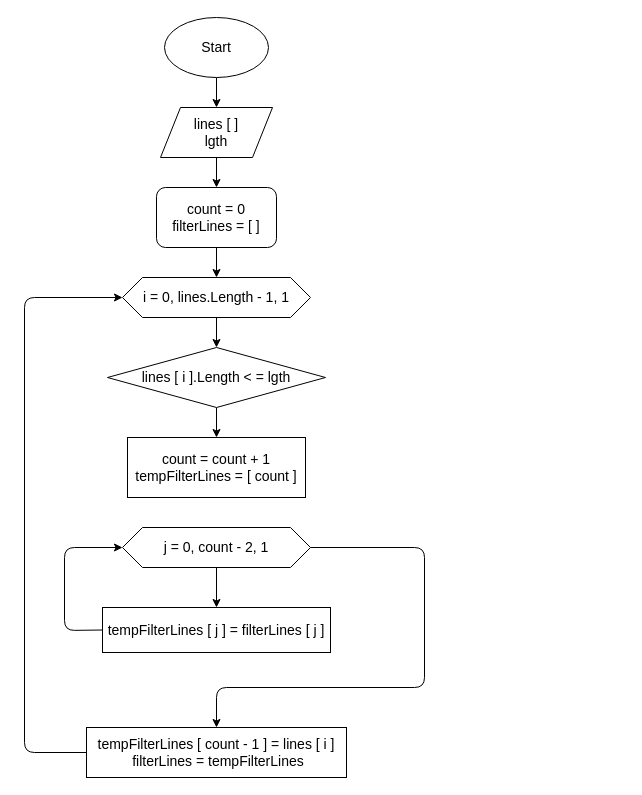
Before: Diagram.drawio in Owlkarn/final_test, a draw.io diagram. Source tidied: cells renumbered, new cells numbered last; positions are measured from the earlier drawing's top-left corner, leaving out a move shared by most shapes. Both pictures are drawn from the tidied source at 100%, with x=0, y=0 at pixel (24, 17).
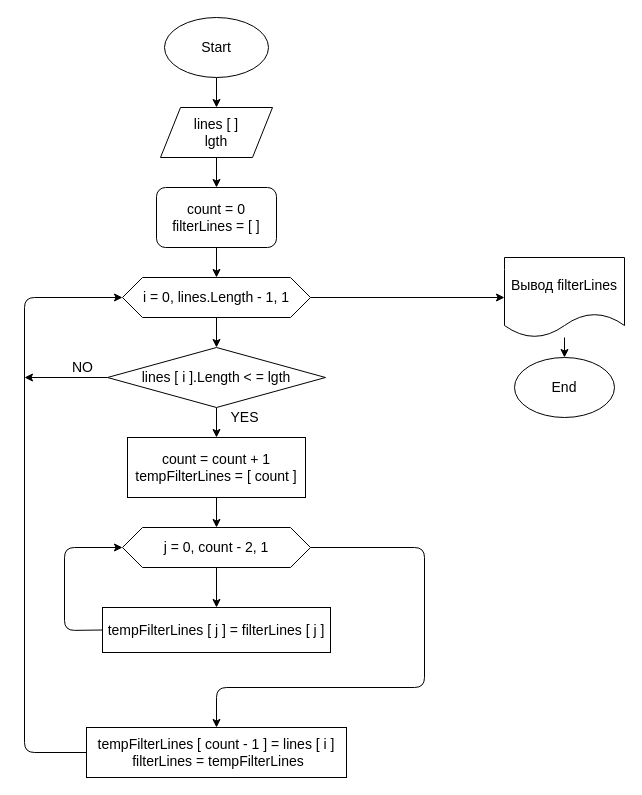
After the change.

Unchanged cells that the change refers to:
```xml
<mxCell id="9" value="i = 0, lines.Length - 1, 1" style="shape=hexagon;perimeter=hexagonPerimeter2;whiteSpace=wrap;html=1;fixedSize=1;fontSize=14;" parent="1" vertex="1">
  <mxGeometry x="98" y="260" width="188" height="40" as="geometry" />
</mxCell>
<mxCell id="11" value="lines [ i ].Length &amp;lt; = lgth" style="rhombus;whiteSpace=wrap;html=1;fontSize=14;" parent="1" vertex="1">
  <mxGeometry x="83" y="330" width="218" height="60" as="geometry" />
</mxCell>
<mxCell id="12" value="&lt;font style=&quot;font-size: 14px&quot;&gt;count = count + 1&lt;br&gt;&lt;/font&gt;&lt;font style=&quot;font-size: 14px&quot;&gt;tempFilterLines = [ count ]&lt;/font&gt;" style="rounded=0;whiteSpace=wrap;html=1;" parent="1" vertex="1">
  <mxGeometry x="103" y="420" width="178" height="60" as="geometry" />
</mxCell>
<mxCell id="15" value="j = 0, count - 2, 1" style="shape=hexagon;perimeter=hexagonPerimeter2;whiteSpace=wrap;html=1;fixedSize=1;fontSize=14;" parent="1" vertex="1">
  <mxGeometry x="98" y="510" width="188" height="40" as="geometry" />
</mxCell>
```

Change to the diagram source:
```diff
@@
+    <mxCell id="20" style="edgeStyle=none;html=1;fontSize=14;" parent="1" edge="1" source="9" target="24">
+      <mxGeometry relative="1" as="geometry" />
+    </mxCell>
@@
+    <mxCell id="21" style="edgeStyle=none;html=1;fontSize=14;" parent="1" edge="1" source="11">
+      <mxGeometry relative="1" as="geometry">
+        <mxPoint y="360" as="targetPoint" />
+      </mxGeometry>
+    </mxCell>
@@
+    <mxCell id="22" style="edgeStyle=none;html=1;entryX=0.5;entryY=0;entryDx=0;entryDy=0;fontSize=14;" parent="1" edge="1" source="12" target="15">
+      <mxGeometry relative="1" as="geometry" />
+    </mxCell>
@@
+    <mxCell id="23" style="edgeStyle=none;html=1;fontSize=14;" parent="1" edge="1" source="24" target="25">
+      <mxGeometry relative="1" as="geometry" />
+    </mxCell>
+    <mxCell id="24" value="Вывод filterLines" style="shape=document;whiteSpace=wrap;html=1;boundedLbl=1;fontSize=14;" parent="1" vertex="1">
+      <mxGeometry x="480" y="240" width="120" height="80" as="geometry" />
+    </mxCell>
+    <mxCell id="25" value="End" style="ellipse;whiteSpace=wrap;html=1;fontSize=14;" parent="1" vertex="1">
+      <mxGeometry x="490" y="340" width="100" height="60" as="geometry" />
+    </mxCell>
+    <mxCell id="26" value="YES" style="text;html=1;align=center;verticalAlign=middle;strokeColor=none;fillColor=none;fontSize=14;" parent="1" vertex="1">
+      <mxGeometry x="200" y="390" width="40" height="20" as="geometry" />
+    </mxCell>
+    <mxCell id="27" value="NO" style="text;html=1;align=center;verticalAlign=middle;strokeColor=none;fillColor=none;fontSize=14;" parent="1" vertex="1">
+      <mxGeometry x="38" y="340" width="40" height="20" as="geometry" />
+    </mxCell>
```
